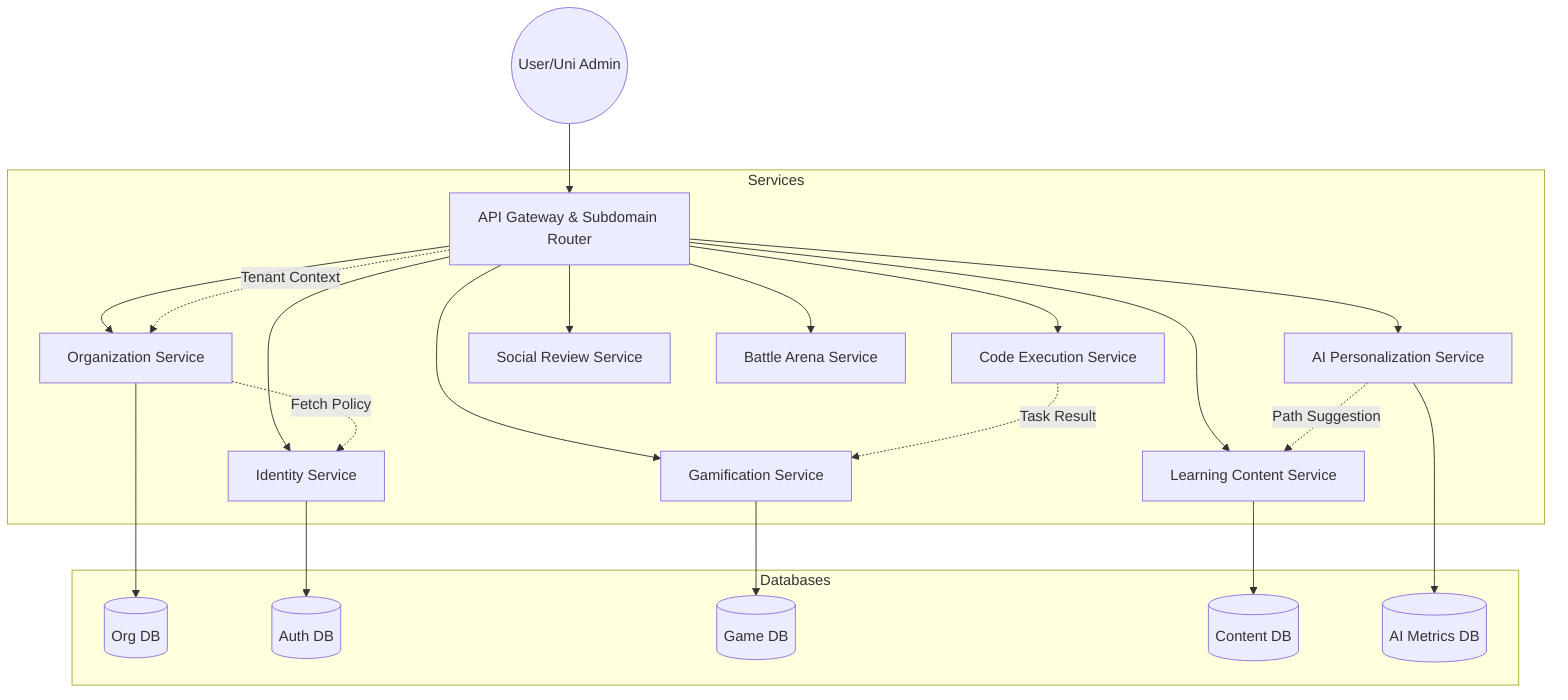
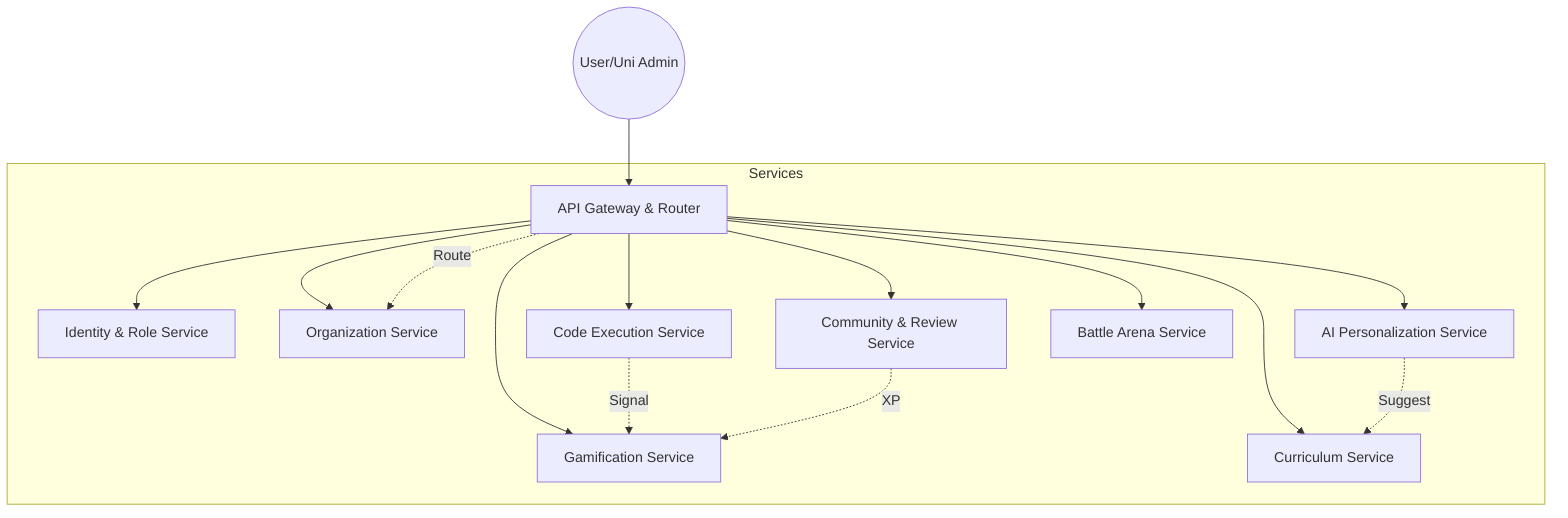
graph TD
-   User((User/Uni Admin)) --> Gateway[API Gateway & Subdomain Router]
+   User((User/Uni Admin)) --> Gateway[API Gateway & Router]

  subgraph Services
+     Gateway --> Auth[Identity & Role Service]
    Gateway --> Org[Organization Service]
-     Gateway --> Auth[Identity Service]
    Gateway --> Gami[Gamification Service]
-     Gateway --> Content[Learning Content Service]
+     Gateway --> Content[Curriculum Service]
    Gateway --> Sandbox[Code Execution Service]
    Gateway --> AI[AI Personalization Service]
-     Gateway --> Social[Social Review Service]
+     Gateway --> Social[Community & Review Service]
    Gateway --> Arena[Battle Arena Service]
  end

-   subgraph Databases
-     Org --> DB1[(Org DB)]
-     Auth --> DB2[(Auth DB)]
-     Gami --> DB3[(Game DB)]
-     Content --> DB4[(Content DB)]
-     AI --> DB5[(AI Metrics DB)]
-   end
- 
-   %% Interactions
-   Gateway -.->|Tenant Context| Org
-   Org -.->|Fetch Policy| Auth
-   Sandbox -.->|Task Result| Gami
-   AI -.->|Path Suggestion| Content
+   %% Logic flow
+   Gateway -.->|Route| Org
+   Sandbox -.->|Signal| Gami
+   AI -.->|Suggest| Content
+   Social -.->|XP| Gami
